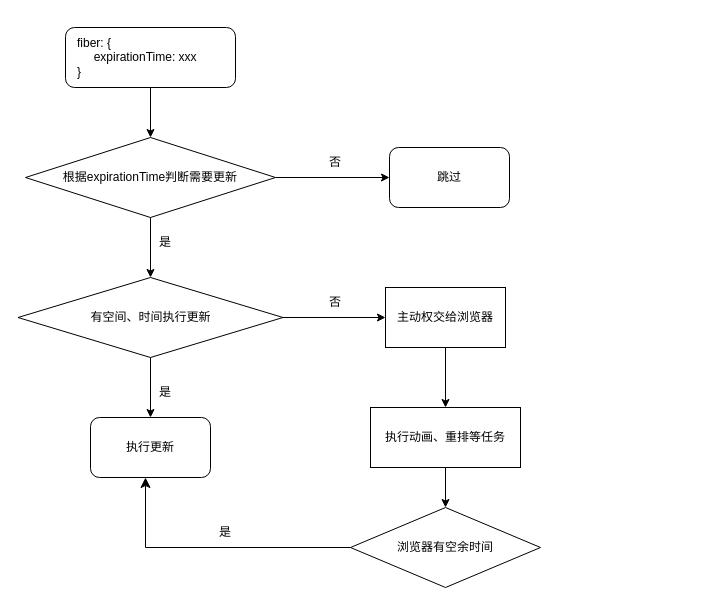
YoungMandy/Web-Front keeps this draw.io diagram as React/fiber体系/Reconciler过程.drawio. Above is the earlier version. Source tidied: cells renumbered, new cells numbered last; positions are measured from the earlier drawing's top-left corner, leaving out a move shared by most shapes. Both pictures are drawn from the tidied source at 100%, with x=0, y=0 at pixel (17, 27).
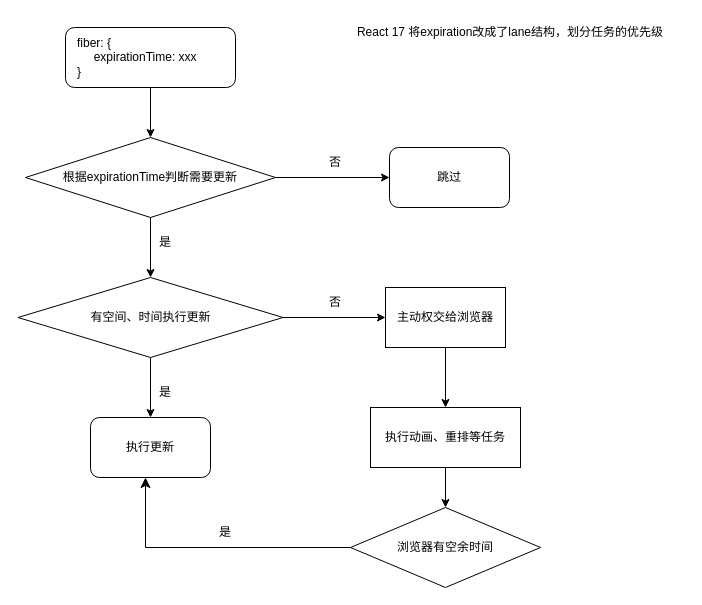
The same page after the edit.

What changed in the source:
```diff
@@
+    <mxCell id="23" value="React 17 将expiration改成了lane结构，划分任务的优先级" style="text;html=1;strokeColor=none;fillColor=none;align=center;verticalAlign=middle;whiteSpace=wrap;rounded=0;" parent="1" vertex="1">
+      <mxGeometry x="318" y="-10" width="350" height="30" as="geometry" />
+    </mxCell>
```
